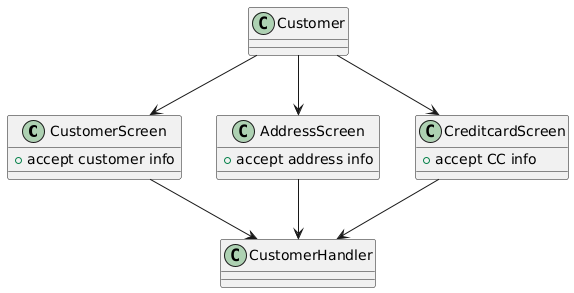
This is DesignClass/RegisterAccountUI.png from CheetoBuri/ProposalForSmartRide, a PlantUML export, as it was before one commit.
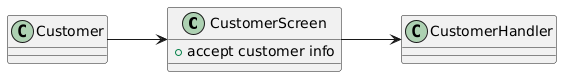
Above is the later version.

Commit message:
Updated the Register Account UI

Change to the diagram source:
```diff
@@ -1,21 +1,13 @@
 @startuml
+left to right direction
+
 class CustomerScreen {
     +accept customer info
-}
-class AddressScreen {
-    +accept address info
-}
-class CreditcardScreen {
-    +accept CC info
 }
 
 class CustomerHandler
 
 Customer --> CustomerScreen
-Customer --> AddressScreen
-Customer --> CreditcardScreen
 
 CustomerScreen --> CustomerHandler
-AddressScreen --> CustomerHandler
-CreditcardScreen --> CustomerHandler
 @enduml
```
